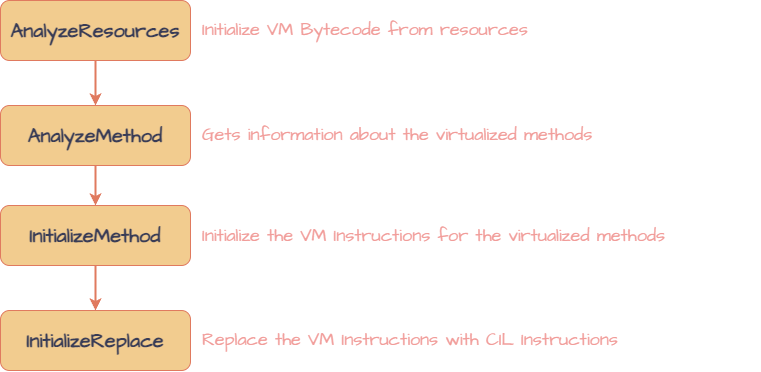
Before: img/virtualguard2/stages.png, a diagram exported from draw.io (mrT4ntr4/mrt4ntr4.github.io). Source tidied: cells renumbered, new cells last; positions are measured from the earlier drawing's top-left corner, leaving out a move shared by most shapes. Its diagram source:
```xml
<mxGraphModel>
  <root>
    <mxCell id="0" />
    <mxCell id="1" parent="0" />
    <mxCell id="2" style="edgeStyle=orthogonalEdgeStyle;rounded=1;hachureGap=4;jettySize=auto;html=1;fontFamily=Architects Daughter;fontSource=https%3A%2F%2Ffonts.googleapis.com%2Fcss%3Ffamily%3DArchitects%2BDaughter;fontSize=16;labelBackgroundColor=none;strokeColor=#E07A5F;fontColor=default;strokeWidth=2;" parent="1" edge="1" source="3" target="5">
      <mxGeometry relative="1" as="geometry" />
    </mxCell>
    <mxCell id="3" value="&lt;b&gt;AnalyzeResources&lt;/b&gt;" style="rounded=1;whiteSpace=wrap;html=1;hachureGap=4;fontFamily=Architects Daughter;fontSource=https%3A%2F%2Ffonts.googleapis.com%2Fcss%3Ffamily%3DArchitects%2BDaughter;fontSize=20;labelBackgroundColor=none;fillColor=#F2CC8F;strokeColor=#E07A5F;fontColor=#393C56;" parent="1" vertex="1">
      <mxGeometry width="190" height="60" as="geometry" />
    </mxCell>
    <mxCell id="4" style="edgeStyle=orthogonalEdgeStyle;rounded=1;hachureGap=4;jettySize=auto;html=1;fontFamily=Architects Daughter;fontSource=https%3A%2F%2Ffonts.googleapis.com%2Fcss%3Ffamily%3DArchitects%2BDaughter;fontSize=16;labelBackgroundColor=none;strokeColor=#E07A5F;fontColor=default;strokeWidth=2;" parent="1" edge="1" source="5" target="7">
      <mxGeometry relative="1" as="geometry" />
    </mxCell>
    <mxCell id="5" value="&lt;b&gt;AnalyzeMethod&lt;/b&gt;" style="rounded=1;whiteSpace=wrap;html=1;hachureGap=4;fontFamily=Architects Daughter;fontSource=https%3A%2F%2Ffonts.googleapis.com%2Fcss%3Ffamily%3DArchitects%2BDaughter;fontSize=20;labelBackgroundColor=none;fillColor=#F2CC8F;strokeColor=#E07A5F;fontColor=#393C56;" parent="1" vertex="1">
      <mxGeometry y="105" width="190" height="60" as="geometry" />
    </mxCell>
    <mxCell id="6" style="edgeStyle=orthogonalEdgeStyle;rounded=1;hachureGap=4;jettySize=auto;html=1;fontFamily=Architects Daughter;fontSource=https%3A%2F%2Ffonts.googleapis.com%2Fcss%3Ffamily%3DArchitects%2BDaughter;fontSize=16;labelBackgroundColor=none;strokeColor=#E07A5F;fontColor=default;strokeWidth=2;" parent="1" edge="1" source="7" target="8">
      <mxGeometry relative="1" as="geometry" />
    </mxCell>
    <mxCell id="7" value="&lt;b&gt;InitializeMethod&lt;/b&gt;" style="rounded=1;whiteSpace=wrap;html=1;hachureGap=4;fontFamily=Architects Daughter;fontSource=https%3A%2F%2Ffonts.googleapis.com%2Fcss%3Ffamily%3DArchitects%2BDaughter;fontSize=20;labelBackgroundColor=none;fillColor=#F2CC8F;strokeColor=#E07A5F;fontColor=#393C56;" parent="1" vertex="1">
      <mxGeometry y="205" width="190" height="60" as="geometry" />
    </mxCell>
    <mxCell id="8" value="&lt;b&gt;InitializeReplace&lt;/b&gt;" style="rounded=1;whiteSpace=wrap;html=1;hachureGap=4;fontFamily=Architects Daughter;fontSource=https%3A%2F%2Ffonts.googleapis.com%2Fcss%3Ffamily%3DArchitects%2BDaughter;fontSize=20;labelBackgroundColor=none;fillColor=#F2CC8F;strokeColor=#E07A5F;fontColor=#393C56;" parent="1" vertex="1">
      <mxGeometry y="310" width="190" height="60" as="geometry" />
    </mxCell>
    <mxCell id="9" value="&lt;font style=&quot;font-size: 18px;&quot;&gt;Initialize VM Bytecode from resources&lt;/font&gt;" style="text;whiteSpace=wrap;html=1;fontSize=20;fontFamily=Architects Daughter;labelBackgroundColor=none;rounded=1;fontColor=#F19C99;" parent="1" vertex="1">
      <mxGeometry x="200" y="10" width="400" height="50" as="geometry" />
    </mxCell>
    <mxCell id="10" value="&lt;font style=&quot;font-size: 18px;&quot;&gt;Gets information about the virtualized methods&lt;/font&gt;" style="text;whiteSpace=wrap;html=1;fontSize=20;fontFamily=Architects Daughter;labelBackgroundColor=none;fontColor=#F19C99;rounded=1;labelBorderColor=none;" parent="1" vertex="1">
      <mxGeometry x="200" y="115" width="470" height="50" as="geometry" />
    </mxCell>
    <mxCell id="11" value="&lt;font style=&quot;font-size: 18px;&quot;&gt;Initialize the VM Instructions for the virtualized methods&lt;/font&gt;" style="text;whiteSpace=wrap;html=1;fontSize=20;fontFamily=Architects Daughter;labelBackgroundColor=none;fontColor=#F19C99;rounded=1;" parent="1" vertex="1">
      <mxGeometry x="200" y="216" width="560" height="50" as="geometry" />
    </mxCell>
    <mxCell id="12" value="&lt;font style=&quot;font-size: 18px;&quot;&gt;Replace the VM Instructions with CIL Instructions&lt;/font&gt;" style="text;whiteSpace=wrap;html=1;fontSize=20;fontFamily=Architects Daughter;labelBackgroundColor=none;fontColor=#F19C99;rounded=1;" parent="1" vertex="1">
      <mxGeometry x="200" y="320" width="500" height="50" as="geometry" />
    </mxCell>
  </root>
</mxGraphModel>
```
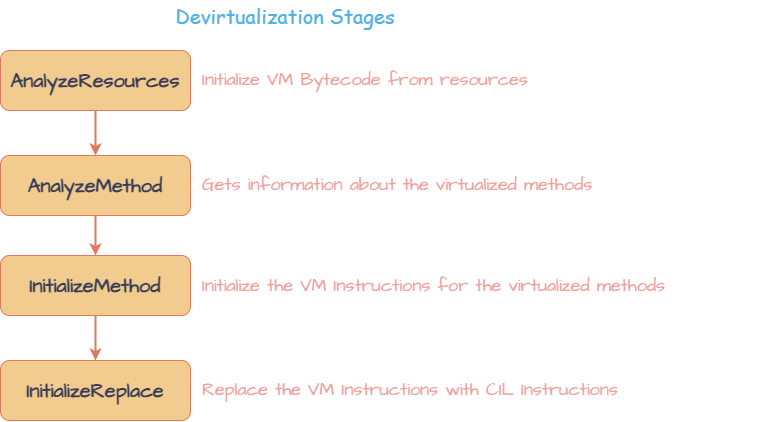
Above is the later version.

Diff of the diagram source:
```diff
@@ -35,5 +35,8 @@
     <mxCell id="12" value="&lt;font style=&quot;font-size: 18px;&quot;&gt;Replace the VM Instructions with CIL Instructions&lt;/font&gt;" style="text;whiteSpace=wrap;html=1;fontSize=20;fontFamily=Architects Daughter;labelBackgroundColor=none;fontColor=#F19C99;rounded=1;" parent="1" vertex="1">
       <mxGeometry x="200" y="320" width="500" height="50" as="geometry" />
     </mxCell>
+    <mxCell id="13" value="Devirtualization Stages" style="text;html=1;strokeColor=none;fillColor=none;align=center;verticalAlign=middle;whiteSpace=wrap;rounded=0;strokeWidth=1;fontSize=20;fontColor=#51b1e1;fontFamily=Comic Sans MS;" parent="1" vertex="1">
+      <mxGeometry x="140" y="-50" width="290" height="30" as="geometry" />
+    </mxCell>
   </root>
 </mxGraphModel>
```
